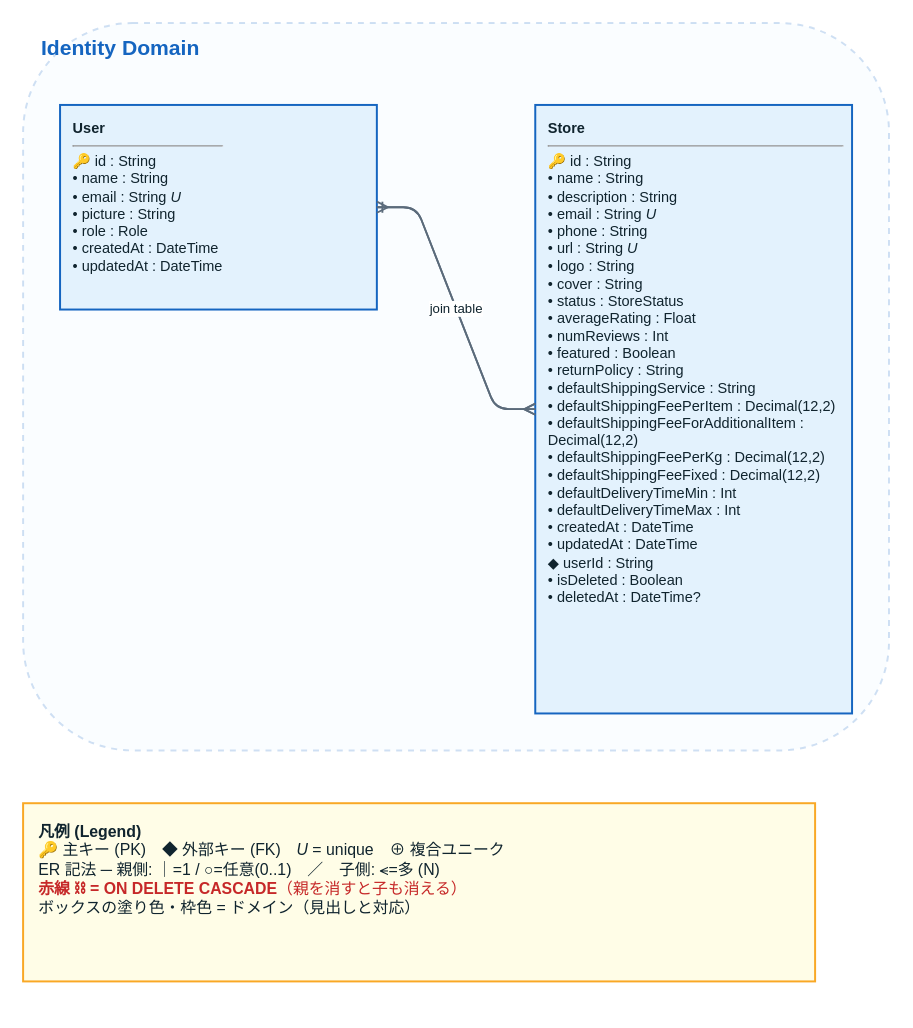
Before: page "7. Identity" (7 of 8) of docs/architecture/data-model.drawio in myoshi2891/Multi-Vendor-E-Commerce, a draw.io diagram. Source tidied: cells renumbered, new cells numbered last; positions are measured from the earlier drawing's top-left corner, leaving out a move shared by most shapes. Both pictures are drawn from the tidied source at 132%, with x=0, y=0 at pixel (22, 22).
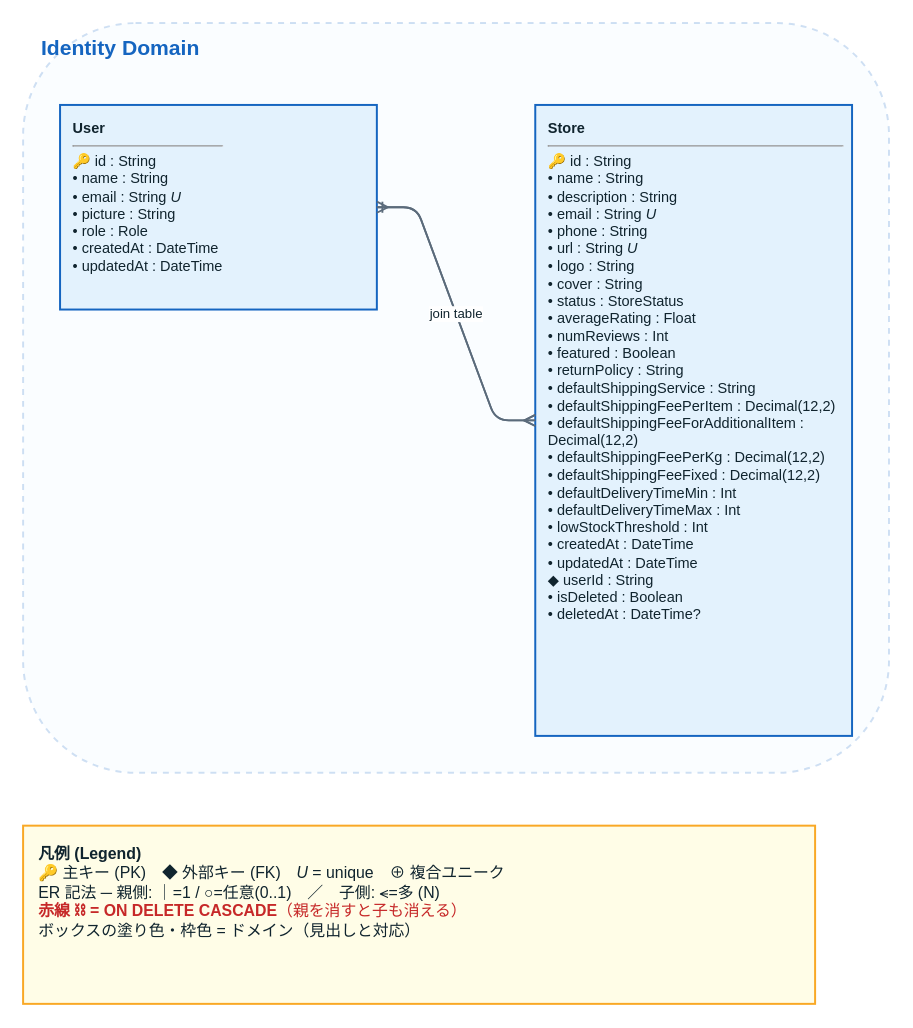
Above is the later version.

Commit message (it also covers changes not shown here):
feat(db): add Store.lowStockThreshold and regenerate ER diagram

Diff of the diagram source:
```diff
@@
 <mxGraphModel>
   <root>
     <mxCell id="0" />
     <mxCell id="1" parent="0" />
     <mxCell id="2" style="rounded=1;fillColor=#E3F2FD;opacity=20;strokeColor=#1565C0;dashed=1;strokeWidth=1.5;verticalAlign=top;" parent="1" vertex="1">
-      <mxGeometry width="656" height="551" as="geometry" />
+      <mxGeometry width="656" height="568" as="geometry" />
     </mxCell>
     <mxCell id="3" value="Identity Domain" style="text;html=1;fontSize=16;fontStyle=1;fontColor=#1565C0;align=left;verticalAlign=middle;" parent="1" vertex="1">
       <mxGeometry x="12" y="6" width="632" height="26" as="geometry" />
     </mxCell>
     <mxCell id="4" value="&lt;b&gt;User&lt;/b&gt;&lt;hr size=&quot;1&quot;/&gt;🔑 id : String&lt;br/&gt;• name : String&lt;br/&gt;• email : String &lt;i&gt;U&lt;/i&gt;&lt;br/&gt;• picture : String&lt;br/&gt;• role : Role&lt;br/&gt;• createdAt : DateTime&lt;br/&gt;• updatedAt : DateTime" style="rounded=2;whiteSpace=wrap;html=1;align=left;verticalAlign=top;spacingLeft=8;spacingTop=5;spacingRight=6;fillColor=#E3F2FD;strokeColor=#1565C0;strokeWidth=1.5;fontSize=11;fontColor=#10242E;" parent="1" vertex="1">
       <mxGeometry x="28" y="62" width="240" height="155" as="geometry" />
     </mxCell>
-    <mxCell id="5" value="&lt;b&gt;Store&lt;/b&gt;&lt;hr size=&quot;1&quot;/&gt;🔑 id : String&lt;br/&gt;• name : String&lt;br/&gt;• description : String&lt;br/&gt;• email : String &lt;i&gt;U&lt;/i&gt;&lt;br/&gt;• phone : String&lt;br/&gt;• url : String &lt;i&gt;U&lt;/i&gt;&lt;br/&gt;• logo : String&lt;br/&gt;• cover : String&lt;br/&gt;• status : StoreStatus&lt;br/&gt;• averageRating : Float&lt;br/&gt;• numReviews : Int&lt;br/&gt;• featured : Boolean&lt;br/&gt;• returnPolicy : String&lt;br/&gt;• defaultShippingService : String&lt;br/&gt;• defaultShippingFeePerItem : Decimal(12,2)&lt;br/&gt;• defaultShippingFeeForAdditionalItem : Decimal(12,2)&lt;br/&gt;• defaultShippingFeePerKg : Decimal(12,2)&lt;br/&gt;• defaultShippingFeeFixed : Decimal(12,2)&lt;br/&gt;• defaultDeliveryTimeMin : Int&lt;br/&gt;• defaultDeliveryTimeMax : Int&lt;br/&gt;• createdAt : DateTime&lt;br/&gt;• updatedAt : DateTime&lt;br/&gt;◆ userId : String&lt;br/&gt;• isDeleted : Boolean&lt;br/&gt;• deletedAt : DateTime?" style="rounded=2;whiteSpace=wrap;html=1;align=left;verticalAlign=top;spacingLeft=8;spacingTop=5;spacingRight=6;fillColor=#E3F2FD;strokeColor=#1565C0;strokeWidth=1.5;fontSize=11;fontColor=#10242E;" parent="1" vertex="1">
-      <mxGeometry x="388" y="62" width="240" height="461" as="geometry" />
+    <mxCell id="5" value="&lt;b&gt;Store&lt;/b&gt;&lt;hr size=&quot;1&quot;/&gt;🔑 id : String&lt;br/&gt;• name : String&lt;br/&gt;• description : String&lt;br/&gt;• email : String &lt;i&gt;U&lt;/i&gt;&lt;br/&gt;• phone : String&lt;br/&gt;• url : String &lt;i&gt;U&lt;/i&gt;&lt;br/&gt;• logo : String&lt;br/&gt;• cover : String&lt;br/&gt;• status : StoreStatus&lt;br/&gt;• averageRating : Float&lt;br/&gt;• numReviews : Int&lt;br/&gt;• featured : Boolean&lt;br/&gt;• returnPolicy : String&lt;br/&gt;• defaultShippingService : String&lt;br/&gt;• defaultShippingFeePerItem : Decimal(12,2)&lt;br/&gt;• defaultShippingFeeForAdditionalItem : Decimal(12,2)&lt;br/&gt;• defaultShippingFeePerKg : Decimal(12,2)&lt;br/&gt;• defaultShippingFeeFixed : Decimal(12,2)&lt;br/&gt;• defaultDeliveryTimeMin : Int&lt;br/&gt;• defaultDeliveryTimeMax : Int&lt;br/&gt;• lowStockThreshold : Int&lt;br/&gt;• createdAt : DateTime&lt;br/&gt;• updatedAt : DateTime&lt;br/&gt;◆ userId : String&lt;br/&gt;• isDeleted : Boolean&lt;br/&gt;• deletedAt : DateTime?" style="rounded=2;whiteSpace=wrap;html=1;align=left;verticalAlign=top;spacingLeft=8;spacingTop=5;spacingRight=6;fillColor=#E3F2FD;strokeColor=#1565C0;strokeWidth=1.5;fontSize=11;fontColor=#10242E;" parent="1" vertex="1">
+      <mxGeometry x="388" y="62" width="240" height="478" as="geometry" />
     </mxCell>
     <mxCell id="6" value="userId" style="edgeStyle=entityRelationEdgeStyle;rounded=1;html=1;fontSize=10;fontColor=#10242E;labelBackgroundColor=#FFFFFF;jumpStyle=arc;jumpSize=10;startArrow=ERone;startFill=0;endArrow=ERmany;endFill=0;strokeColor=#5B6B7B;strokeWidth=1.4;" parent="1" edge="1" source="4" target="5">
       <mxGeometry relative="1" as="geometry" />
     </mxCell>
     <mxCell id="7" value="join table" style="edgeStyle=entityRelationEdgeStyle;rounded=1;html=1;fontSize=10;fontColor=#10242E;labelBackgroundColor=#FFFFFF;jumpStyle=arc;jumpSize=10;startArrow=ERmany;startFill=0;endArrow=ERmany;endFill=0;strokeColor=#5B6B7B;strokeWidth=1.4;" parent="1" edge="1" source="4" target="5">
       <mxGeometry relative="1" as="geometry" />
     </mxCell>
     <mxCell id="8" value="&lt;b&gt;凡例 (Legend)&lt;/b&gt;&lt;br/&gt;🔑 主キー (PK)　◆ 外部キー (FK)　&lt;i&gt;U&lt;/i&gt; = unique　⊕ 複合ユニーク&lt;br/&gt;ER 記法 ─ 親側: ｜=1 / ○=任意(0..1)　／　子側: ⪪=多 (N)&lt;br/&gt;&lt;font color='#C62828'&gt;&lt;b&gt;赤線 ⛓ = ON DELETE CASCADE&lt;/b&gt;（親を消すと子も消える）&lt;/font&gt;&lt;br/&gt;ボックスの塗り色・枠色 = ドメイン（見出しと対応）" style="rounded=2;whiteSpace=wrap;html=1;align=left;verticalAlign=top;spacingLeft=10;spacingTop=8;fillColor=#FFFDE7;strokeColor=#F9A825;strokeWidth=1.5;fontSize=12;fontColor=#10242E;" parent="1" vertex="1">
-      <mxGeometry y="591" width="600" height="135" as="geometry" />
+      <mxGeometry y="608" width="600" height="135" as="geometry" />
     </mxCell>
   </root>
 </mxGraphModel>
```
